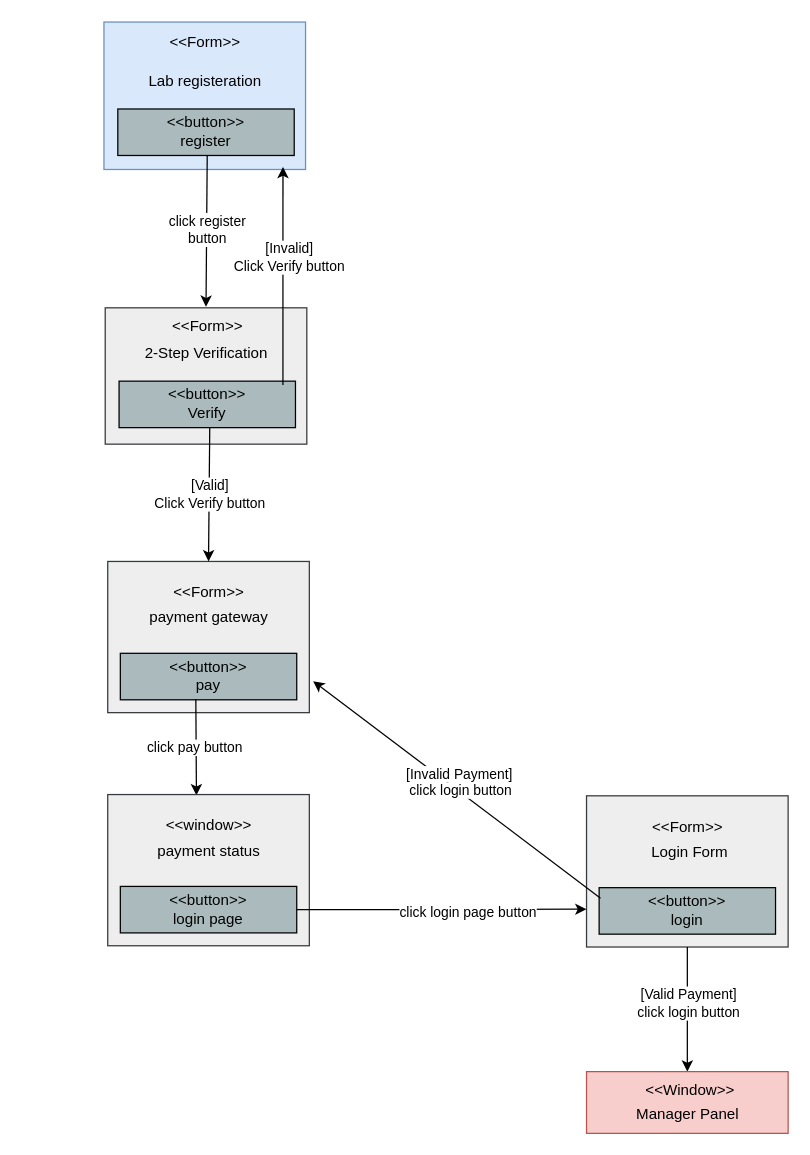
The draw.io diagram page "LabRegistration" (3 of 7) of WindowsNavigationDiagram.drawio in ArashSameni/SoftwareEngineering, before the edit. Source tidied: cells renumbered, new cells numbered last; positions are measured from the earlier drawing's top-left corner, leaving out a move shared by most shapes. Both pictures are drawn from the tidied source at 126%, with x=0, y=0 at pixel (103, 21).
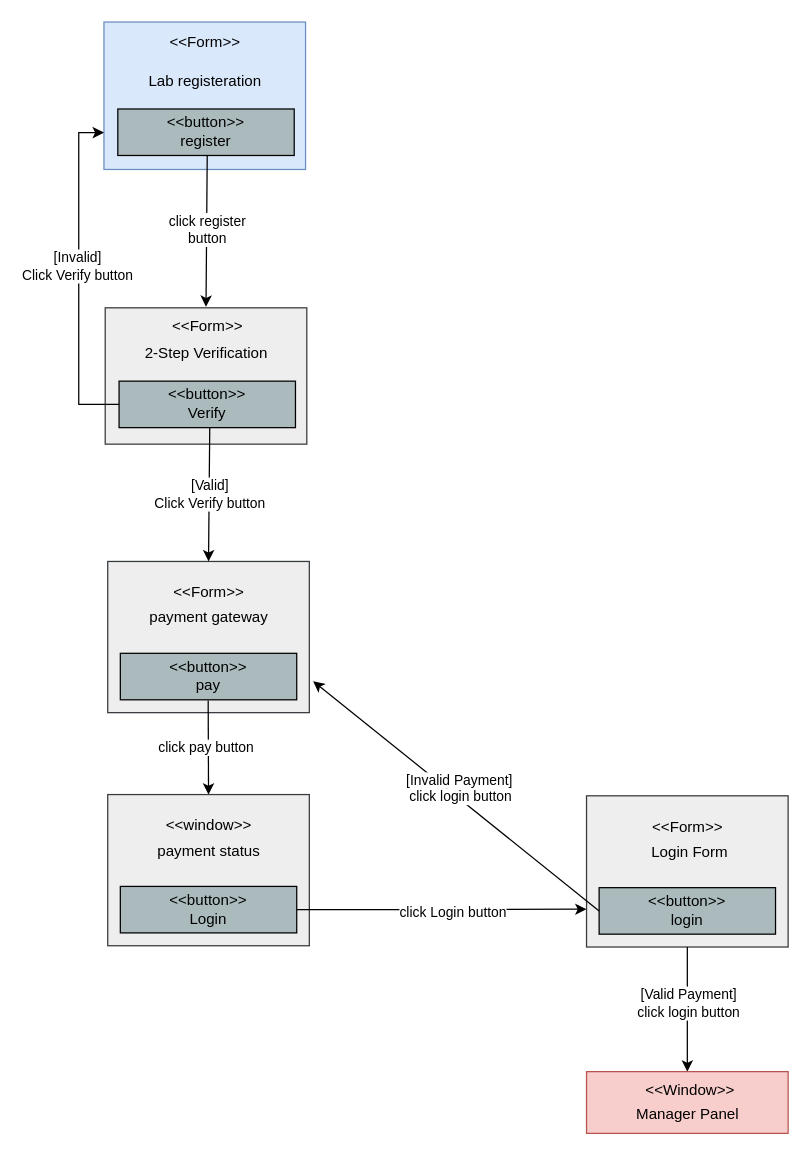
Above is the later version.

Unchanged cells that the change refers to:
```xml
<mxCell id="3" style="group;imageAlign=center;fillColor=#eeeeee;strokeColor=#36393d;imageVerticalAlign=top;fixDash=1;" parent="2" vertex="1">
  <mxGeometry width="160" height="120" as="geometry" />
</mxCell>
<mxCell id="6" value="&amp;lt;&amp;lt;button&amp;gt;&amp;gt;&lt;br&gt;pay" style="text;align=center;verticalAlign=middle;spacingLeft=4;spacingRight=4;overflow=hidden;points=[[0,0.5],[1,0.5]];portConstraint=eastwest;html=1;labelBackgroundColor=none;whiteSpace=wrap;labelBorderColor=none;strokeColor=#000000;fillColor=#ABBBBD;" parent="2" vertex="1">
  <mxGeometry x="10" y="72.9" width="140" height="36.9" as="geometry" />
</mxCell>
<mxCell id="7" style="group;imageAlign=center;fillColor=#dae8fc;strokeColor=#6c8ebf;imageVerticalAlign=top;fixDash=1;" parent="1" vertex="1">
  <mxGeometry width="160" height="117" as="geometry" />
</mxCell>
<mxCell id="14" style="group;" parent="1" vertex="1">
  <mxGeometry x="3" y="613.1" width="160" height="120" as="geometry" />
</mxCell>
<mxCell id="15" style="group;imageAlign=center;fillColor=#eeeeee;strokeColor=#36393d;imageVerticalAlign=top;fixDash=1;" parent="14" vertex="1">
  <mxGeometry width="160" height="120" as="geometry" />
</mxCell>
<mxCell id="23" value="&amp;lt;&amp;lt;button&amp;gt;&amp;gt;&lt;br&gt;login" style="text;align=center;verticalAlign=middle;spacingLeft=4;spacingRight=4;overflow=hidden;points=[[0,0.5],[1,0.5]];portConstraint=eastwest;html=1;labelBackgroundColor=none;whiteSpace=wrap;labelBorderColor=none;strokeColor=#000000;fillColor=#ABBBBD;" parent="19" vertex="1">
  <mxGeometry x="10" y="72.9" width="140" height="36.9" as="geometry" />
</mxCell>
<mxCell id="40" value="&amp;lt;&amp;lt;button&amp;gt;&amp;gt;&lt;br style=&quot;border-color: var(--border-color);&quot;&gt;Verify" style="text;align=center;verticalAlign=middle;spacingLeft=4;spacingRight=4;overflow=hidden;points=[[0,0.5],[1,0.5]];portConstraint=eastwest;html=1;labelBackgroundColor=none;whiteSpace=wrap;labelBorderColor=none;strokeColor=#000000;fillColor=#ABBBBD;" parent="36" vertex="1">
  <mxGeometry x="11" y="59" width="140" height="36.9" as="geometry" />
</mxCell>
```

The edit, as a diff of the source:
```diff
@@
-    <mxCell id="12" style="endArrow=classic;html=1;rounded=0;exitX=0.428;exitY=0.985;exitDx=0;exitDy=0;entryX=0.44;entryY=0.005;entryDx=0;entryDy=0;entryPerimeter=0;exitPerimeter=0;" parent="1" edge="1" source="6" target="15">
+    <mxCell id="12" style="endArrow=classic;html=1;rounded=0;exitX=0.498;exitY=1.014;exitDx=0;exitDy=0;entryX=0.5;entryY=0;entryDx=0;entryDy=0;exitPerimeter=0;" parent="1" edge="1" source="6" target="15">
       <mxGeometry relative="1" as="geometry" />
     </mxCell>
@@
-    <mxCell id="18" value="&amp;lt;&amp;lt;button&amp;gt;&amp;gt;&lt;br&gt;login page" style="text;align=center;verticalAlign=middle;spacingLeft=4;spacingRight=4;overflow=hidden;points=[[0,0.5],[1,0.5]];portConstraint=eastwest;html=1;labelBackgroundColor=none;whiteSpace=wrap;labelBorderColor=none;strokeColor=#000000;fillColor=#ABBBBD;" parent="14" vertex="1">
+    <mxCell id="18" value="&amp;lt;&amp;lt;button&amp;gt;&amp;gt;&lt;br&gt;Login" style="text;align=center;verticalAlign=middle;spacingLeft=4;spacingRight=4;overflow=hidden;points=[[0,0.5],[1,0.5]];portConstraint=eastwest;html=1;labelBackgroundColor=none;whiteSpace=wrap;labelBorderColor=none;strokeColor=#000000;fillColor=#ABBBBD;" parent="14" vertex="1">
       <mxGeometry x="10" y="72.9" width="140" height="36.9" as="geometry" />
     </mxCell>
@@
-    <mxCell id="25" style="endArrow=classic;html=1;rounded=0;entryX=1.019;entryY=0.792;entryDx=0;entryDy=0;entryPerimeter=0;exitX=0.008;exitY=0.226;exitDx=0;exitDy=0;exitPerimeter=0;" parent="1" edge="1" source="23" target="3">
+    <mxCell id="25" style="endArrow=classic;html=1;rounded=0;entryX=1.019;entryY=0.792;entryDx=0;entryDy=0;entryPerimeter=0;exitX=0;exitY=0.5;exitDx=0;exitDy=0;" parent="1" edge="1" source="23" target="3">
       <mxGeometry relative="1" as="geometry" />
     </mxCell>
@@
-    <mxCell id="28" value="&lt;span style=&quot;color: rgb(0, 0, 0); font-family: Helvetica; font-size: 11px; font-style: normal; font-variant-ligatures: normal; font-variant-caps: normal; font-weight: 400; letter-spacing: normal; orphans: 2; text-align: center; text-indent: 0px; text-transform: none; widows: 2; word-spacing: 0px; -webkit-text-stroke-width: 0px; background-color: rgb(255, 255, 255); text-decoration-thickness: initial; text-decoration-style: initial; text-decoration-color: initial; float: none; display: inline !important;&quot;&gt;click login page button&lt;/span&gt;" style="text;whiteSpace=wrap;html=1;" parent="1" vertex="1">
+    <mxCell id="28" value="&lt;span style=&quot;color: rgb(0, 0, 0); font-family: Helvetica; font-size: 11px; font-style: normal; font-variant-ligatures: normal; font-variant-caps: normal; font-weight: 400; letter-spacing: normal; orphans: 2; text-align: center; text-indent: 0px; text-transform: none; widows: 2; word-spacing: 0px; -webkit-text-stroke-width: 0px; background-color: rgb(255, 255, 255); text-decoration-thickness: initial; text-decoration-style: initial; text-decoration-color: initial; float: none; display: inline !important;&quot;&gt;click Login button&lt;/span&gt;" style="text;whiteSpace=wrap;html=1;" parent="1" vertex="1">
       <mxGeometry x="233" y="693.1" width="114" height="28.9" as="geometry" />
     </mxCell>
@@
-    <mxCell id="43" style="endArrow=classic;html=1;rounded=0;entryX=0.888;entryY=0.983;entryDx=0;entryDy=0;exitX=0.929;exitY=0.081;exitDx=0;exitDy=0;exitPerimeter=0;entryPerimeter=0;" parent="1" edge="1" source="40" target="7">
+    <mxCell id="43" style="edgeStyle=orthogonalEdgeStyle;rounded=0;jettySize=auto;html=1;exitX=0;exitY=0.5;exitDx=0;exitDy=0;entryX=0;entryY=0.75;entryDx=0;entryDy=0;" parent="1" edge="1" source="40" target="7">
       <mxGeometry relative="1" as="geometry" />
     </mxCell>
-    <mxCell id="44" value="[Invalid]&lt;br&gt;Click Verify button" style="edgeLabel;html=1;align=center;verticalAlign=middle;" parent="43" vertex="1">
-      <mxGeometry relative="1" as="geometry">
-        <mxPoint x="4" y="-15" as="offset" />
-      </mxGeometry>
+    <mxCell id="44" value="[Invalid]&lt;br style=&quot;border-color: var(--border-color);&quot;&gt;Click Verify button" style="edgeLabel;html=1;align=center;verticalAlign=middle;" parent="43" vertex="1">
+      <mxGeometry x="0.06" y="2" relative="1" as="geometry" />
     </mxCell>
```
